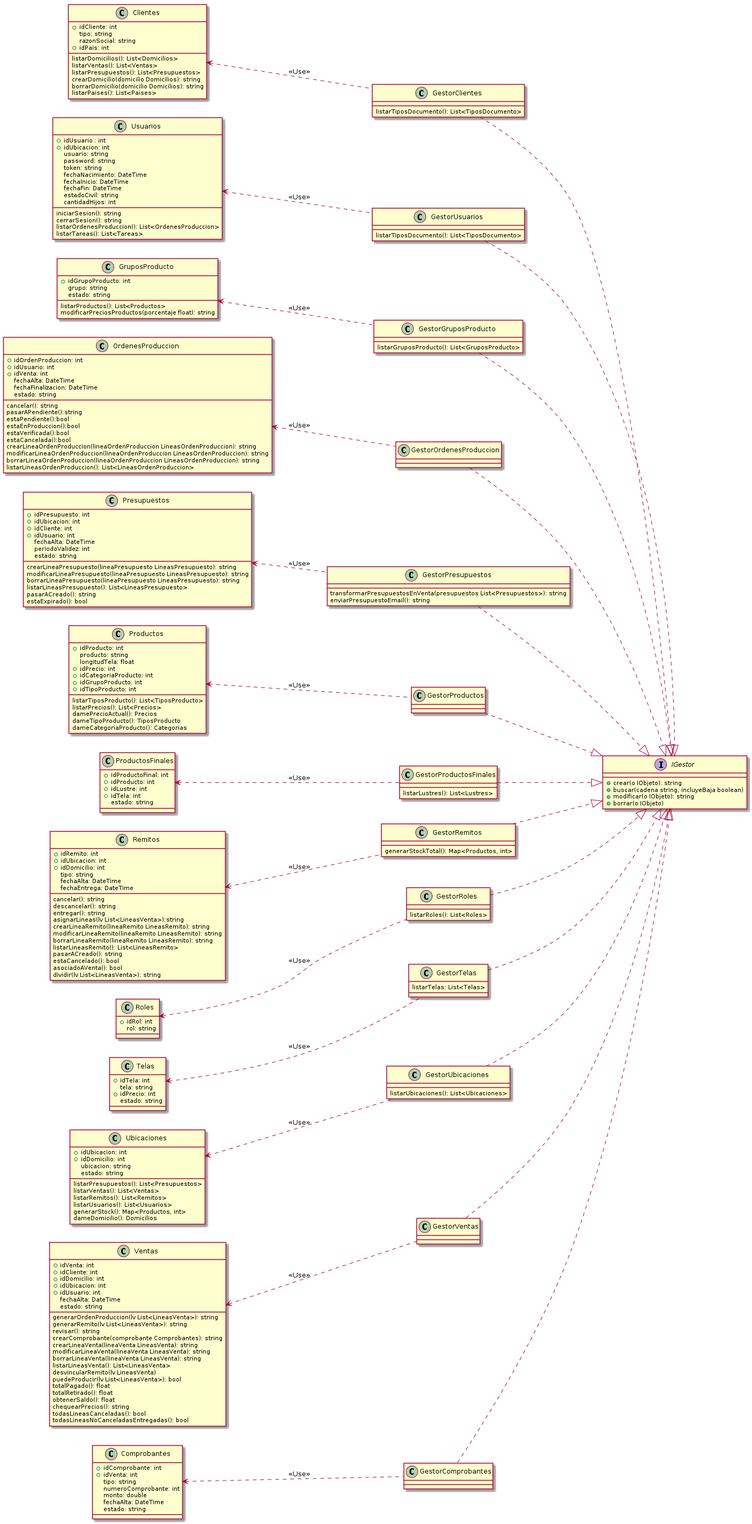
ZMGestion/DocumentacionZMGestion keeps this PlantUML diagram as Informe Final/Imagenes/DiagramaClases/Vistas/vistaCanonica.png. Above is the earlier version.
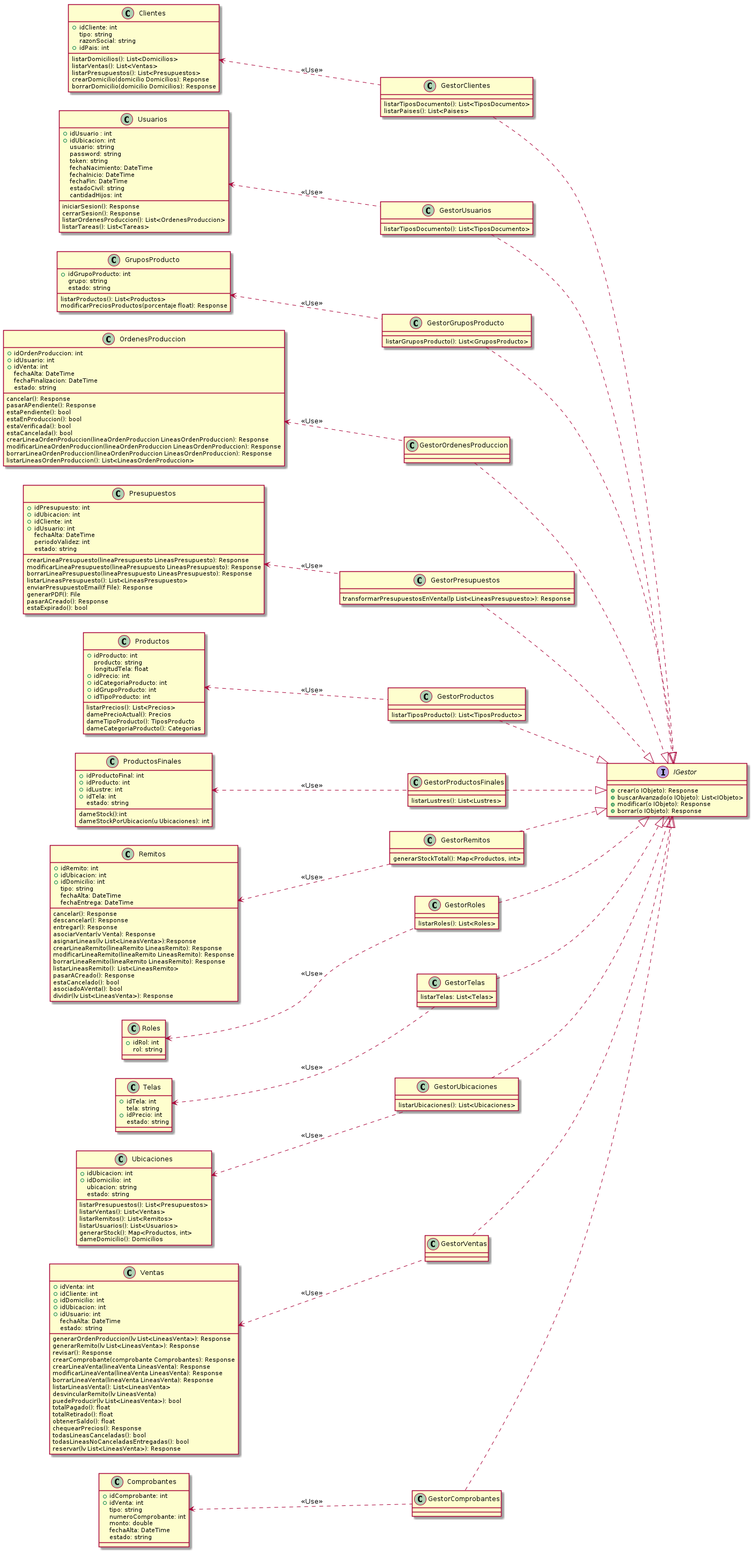
The same diagram one commit later.

What changed in the source:
```diff
@@ -1,14 +1,14 @@
 @startuml vistaCanonica
 top to bottom direction
 interface IGestor{
-    + crear(o IObjeto): string
-    + buscar(cadena string, incluyeBaja boolean)
-    + modificar(o IObjeto): string
-    + borrar(o IObjeto)
+    + crear(o IObjeto): Response
+    + buscarAvanzado(o IObjeto): List<IObjeto>
+    + modificar(o IObjeto): Response
+    + borrar(o IObjeto): Response
 }
 class GestorClientes{
     listarTiposDocumento(): List<TiposDocumento>
-
+    listarPaises(): List<Paises>
 }
 
 class GestorUsuarios{
@@ -25,11 +25,10 @@
 
 
 class GestorPresupuestos{
-    transformarPresupuestosEnVenta(presupuestos List<Presupuestos>): string
-    enviarPresupuestoEmail(): string
+    transformarPresupuestosEnVenta(lp List<LineasPresupuesto>): Response
 }
 class GestorProductos{
-
+    listarTiposProducto(): List<TiposProducto>
 }
 
 class GestorProductosFinales{
@@ -87,8 +86,8 @@
    estadoCivil: string
    cantidadHijos: int
 
-   iniciarSesion(): string
-   cerrarSesion(): string
+   iniciarSesion(): Response
+   cerrarSesion(): Response
    listarOrdenesProduccion(): List<OrdenesProduccion>
    listarTareas(): List<Tareas>
 }
@@ -105,10 +104,8 @@
     listarDomicilios(): List<Domicilios>
     listarVentas(): List<Ventas>
     listarPresupuestos(): List<Presupuestos>
-    crearDomicilio(domicilio Domicilios): string
-    borrarDomicilio(domicilio Domicilios): string
-    listarPaises(): List<Paises>
-
+    crearDomicilio(domicilio Domicilios): Reponse
+    borrarDomicilio(domicilio Domicilios): Response
 }
 class Productos{
     +idProducto: int
@@ -119,7 +116,6 @@
     +idGrupoProducto: int
     +idTipoProducto: int
 
-    listarTiposProducto(): List<TiposProducto>
     listarPrecios(): List<Precios>
     damePrecioActual(): Precios
     dameTipoProducto(): TiposProducto
@@ -131,7 +127,7 @@
     estado: string
 
     listarProductos(): List<Productos>
-    modificarPreciosProductos(porcentaje float): string
+    modificarPreciosProductos(porcentaje float): Response
 }
 class Telas{
     +idTela: int
@@ -146,6 +142,9 @@
     +idTela: int
     estado: string
 
+    dameStock():int
+    dameStockPorUbicacion(u Ubicaciones): int
+
 
 }
 class Presupuestos{
@@ -157,11 +156,13 @@
     periodoValidez: int
     estado: string
 
-    crearLineaPresupuesto(lineaPresupuesto LineasPresupuesto): string
-    modificarLineaPresupuesto(lineaPresupuesto LineasPresupuesto): string
-    borrarLineaPresupuesto(lineaPresupuesto LineasPresupuesto): string
+    crearLineaPresupuesto(lineaPresupuesto LineasPresupuesto): Response
+    modificarLineaPresupuesto(lineaPresupuesto LineasPresupuesto): Response
+    borrarLineaPresupuesto(lineaPresupuesto LineasPresupuesto): Response
     listarLineasPresupuesto(): List<LineasPresupuesto>
-    pasarACreado(): string
+    enviarPresupuestoEmail(f File): Response
+    generarPDF(): File
+    pasarACreado(): Response
     estaExpirado(): bool
 }
 class Ventas{
@@ -173,22 +174,23 @@
     fechaAlta: DateTime
     estado: string
 
-    generarOrdenProduccion(lv List<LineasVenta>): string
-    generarRemito(lv List<LineasVenta>): string
-    revisar(): string
-    crearComprobante(comprobante Comprobantes): string
-    crearLineaVenta(lineaVenta LineasVenta): string
-    modificarLineaVenta(lineaVenta LineasVenta): string
-    borrarLineaVenta(lineaVenta LineasVenta): string
+    generarOrdenProduccion(lv List<LineasVenta>): Response
+    generarRemito(lv List<LineasVenta>): Response
+    revisar(): Response
+    crearComprobante(comprobante Comprobantes): Response
+    crearLineaVenta(lineaVenta LineasVenta): Response
+    modificarLineaVenta(lineaVenta LineasVenta): Response
+    borrarLineaVenta(lineaVenta LineasVenta): Response
     listarLineasVenta(): List<LineasVenta>
     desvincularRemito(lv LineasVenta)
     puedeProducir(lv List<LineasVenta>): bool
     totalPagado(): float
     totalRetirado(): float
     obtenerSaldo(): float
-    chequearPrecios(): string
+    chequearPrecios(): Response
     todasLineasCanceladas(): bool
     todasLineasNoCanceladasEntregadas(): bool
+    reservar(lv List<LineasVenta>): Response
 
 }
 class OrdenesProduccion{
@@ -199,15 +201,15 @@
     fechaFinalizacion: DateTime
     estado: string
 
-    cancelar(): string
-    pasarAPendiente():string
-    estaPendiente():bool
-    estaEnProduccion():bool
-    estaVerificada():bool
-    estaCancelada():bool
-    crearLineaOrdenProduccion(lineaOrdenProduccion LineasOrdenProduccion): string
-    modificarLineaOrdenProduccion(lineaOrdenProduccion LineasOrdenProduccion): string
-    borrarLineaOrdenProduccion(lineaOrdenProduccion LineasOrdenProduccion): string
+    cancelar(): Response
+    pasarAPendiente(): Response
+    estaPendiente(): bool
+    estaEnProduccion(): bool
+    estaVerificada(): bool
+    estaCancelada(): bool
+    crearLineaOrdenProduccion(lineaOrdenProduccion LineasOrdenProduccion): Response
+    modificarLineaOrdenProduccion(lineaOrdenProduccion LineasOrdenProduccion): Response
+    borrarLineaOrdenProduccion(lineaOrdenProduccion LineasOrdenProduccion): Response
     listarLineasOrdenProduccion(): List<LineasOrdenProduccion>
 
 }
@@ -219,18 +221,19 @@
     fechaAlta: DateTime
     fechaEntrega: DateTime
 
-    cancelar(): string
-    descancelar(): string
-    entregar(): string
-    asignarLineas(lv List<LineasVenta>):string
-    crearLineaRemito(lineaRemito LineasRemito): string
-    modificarLineaRemito(lineaRemito LineasRemito): string
-    borrarLineaRemito(lineaRemito LineasRemito): string
+    cancelar(): Response
+    descancelar(): Response
+    entregar(): Response
+    asociarVentar(v Venta): Response
+    asignarLineas(lv List<LineasVenta>):Response
+    crearLineaRemito(lineaRemito LineasRemito): Response
+    modificarLineaRemito(lineaRemito LineasRemito): Response
+    borrarLineaRemito(lineaRemito LineasRemito): Response
     listarLineasRemito(): List<LineasRemito>
-    pasarACreado(): string
+    pasarACreado(): Response
     estaCancelado(): bool
     asociadoAVenta(): bool
-    dividir(lv List<LineasVenta>): string
+    dividir(lv List<LineasVenta>): Response
 }
 class Ubicaciones{
     +idUbicacion: int
```
